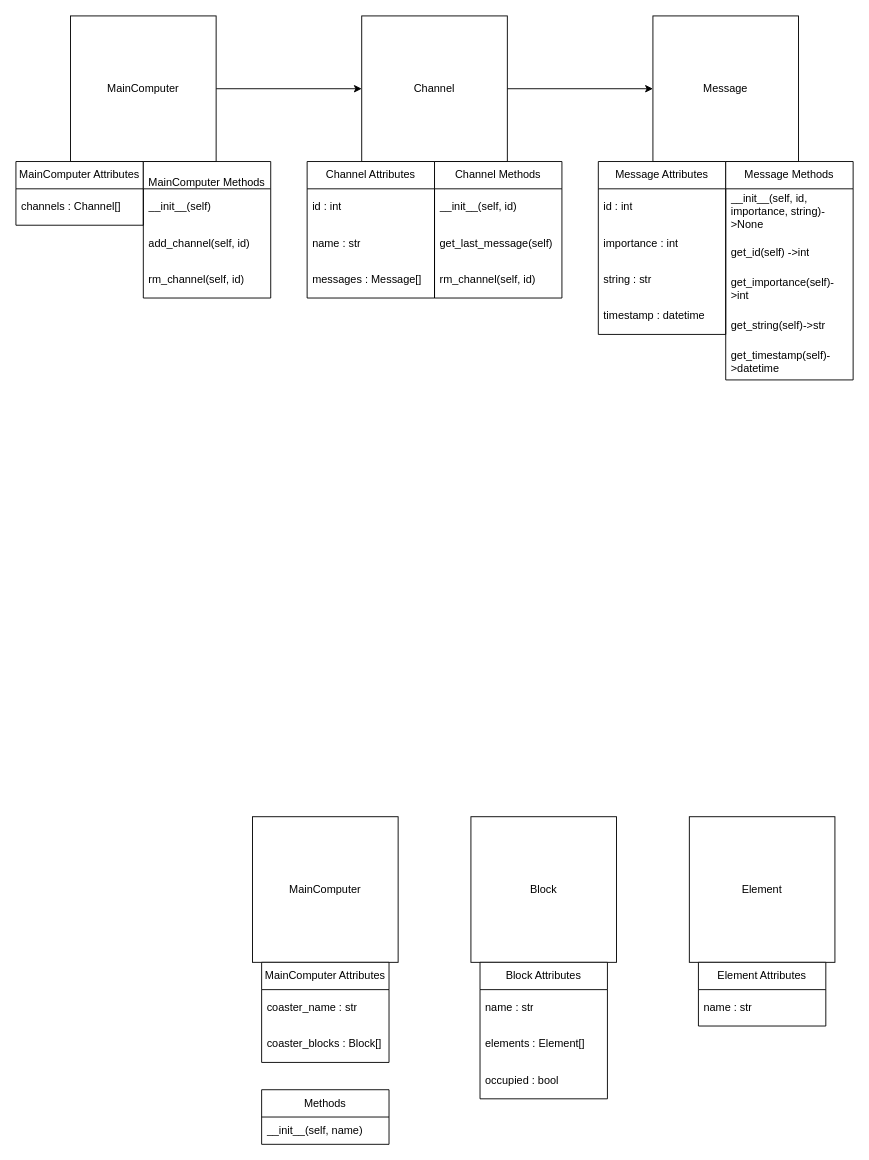
Before: coaster_computer_class_diagram.drawio in JeremyDrapeau/roller_coaster_computer, a draw.io diagram. Source tidied: cells renumbered, new cells numbered last; positions are measured from the earlier drawing's top-left corner, leaving out a move shared by most shapes. Both pictures are drawn from the tidied source at 91%, with x=0, y=0 at pixel (15, 15).
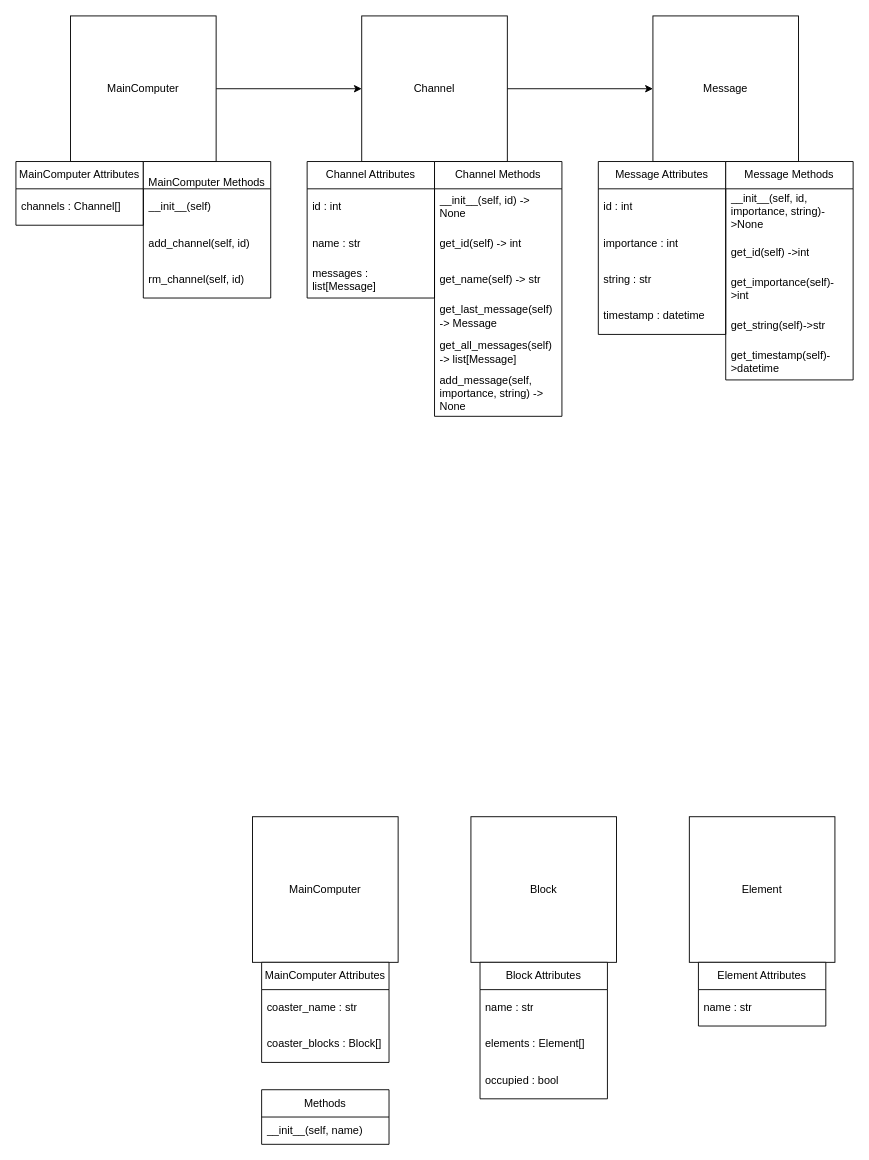
Above is the later version.

Unchanged cells that the change refers to:
```xml
<mxCell id="22" value="Channel Attributes" style="swimlane;fontStyle=0;horizontal=1;startSize=30;whiteSpace=wrap;html=1;" parent="1" vertex="1">
  <mxGeometry x="320" y="160" width="140" height="150" as="geometry" />
</mxCell>
```

The edit, as a diff of the source:
```diff
@@
-    <mxCell id="25" value="messages : Message[]" style="text;strokeColor=none;fillColor=none;align=left;verticalAlign=middle;spacingLeft=4;spacingRight=4;overflow=hidden;whiteSpace=wrap;html=1;" parent="22" vertex="1">
+    <mxCell id="25" value="messages : list[Message]" style="text;strokeColor=none;fillColor=none;align=left;verticalAlign=middle;spacingLeft=4;spacingRight=4;overflow=hidden;whiteSpace=wrap;html=1;" parent="22" vertex="1">
       <mxGeometry y="110" width="140" height="40" as="geometry" />
     </mxCell>
@@
     <mxCell id="36" value="Channel Methods" style="swimlane;fontStyle=0;horizontal=1;startSize=30;whiteSpace=wrap;html=1;" parent="1" vertex="1">
-      <mxGeometry x="460" y="160" width="140" height="150" as="geometry" />
+      <mxGeometry x="460" y="160" width="140" height="280" as="geometry" />
     </mxCell>
-    <mxCell id="37" value="__init__(self, id)" style="text;strokeColor=none;fillColor=none;align=left;verticalAlign=middle;spacingLeft=4;spacingRight=4;overflow=hidden;whiteSpace=wrap;html=1;" parent="36" vertex="1">
+    <mxCell id="37" value="__init__(self, id) -&amp;gt; None" style="text;strokeColor=none;fillColor=none;align=left;verticalAlign=middle;spacingLeft=4;spacingRight=4;overflow=hidden;whiteSpace=wrap;html=1;" parent="36" vertex="1">
       <mxGeometry y="30" width="140" height="40" as="geometry" />
     </mxCell>
+    <mxCell id="46" value="get_id(self) -&amp;gt; int" style="text;strokeColor=none;fillColor=none;align=left;verticalAlign=middle;spacingLeft=4;spacingRight=4;overflow=hidden;whiteSpace=wrap;html=1;" parent="36" vertex="1">
+      <mxGeometry y="70" width="140" height="40" as="geometry" />
+    </mxCell>
+    <mxCell id="47" value="get_name(self) -&amp;gt; str" style="text;strokeColor=none;fillColor=none;align=left;verticalAlign=middle;spacingLeft=4;spacingRight=4;overflow=hidden;whiteSpace=wrap;html=1;" parent="36" vertex="1">
+      <mxGeometry y="110" width="140" height="40" as="geometry" />
+    </mxCell>
-    <mxCell id="38" value="get_last_message(self)" style="text;strokeColor=none;fillColor=none;align=left;verticalAlign=middle;spacingLeft=4;spacingRight=4;overflow=hidden;whiteSpace=wrap;html=1;" parent="36" vertex="1">
-      <mxGeometry y="70" width="140" height="40" as="geometry" />
+    <mxCell id="38" value="get_last_message(self) -&amp;gt; Message" style="text;strokeColor=none;fillColor=none;align=left;verticalAlign=middle;spacingLeft=4;spacingRight=4;overflow=hidden;whiteSpace=wrap;html=1;" parent="36" vertex="1">
+      <mxGeometry y="150" width="140" height="40" as="geometry" />
     </mxCell>
-    <mxCell id="39" value="rm_channel(self, id)" style="text;strokeColor=none;fillColor=none;align=left;verticalAlign=middle;spacingLeft=4;spacingRight=4;overflow=hidden;whiteSpace=wrap;html=1;" parent="36" vertex="1">
-      <mxGeometry y="110" width="140" height="40" as="geometry" />
+    <mxCell id="39" value="get_all_messages(self) -&amp;gt; list[Message]" style="text;strokeColor=none;fillColor=none;align=left;verticalAlign=middle;spacingLeft=4;spacingRight=4;overflow=hidden;whiteSpace=wrap;html=1;" parent="36" vertex="1">
+      <mxGeometry y="190" width="140" height="40" as="geometry" />
     </mxCell>
+    <mxCell id="48" value="add_message(self, importance, string) -&amp;gt; None" style="text;strokeColor=none;fillColor=none;align=left;verticalAlign=middle;spacingLeft=4;spacingRight=4;overflow=hidden;whiteSpace=wrap;html=1;" parent="36" vertex="1">
+      <mxGeometry y="230" width="140" height="50" as="geometry" />
+    </mxCell>
```
